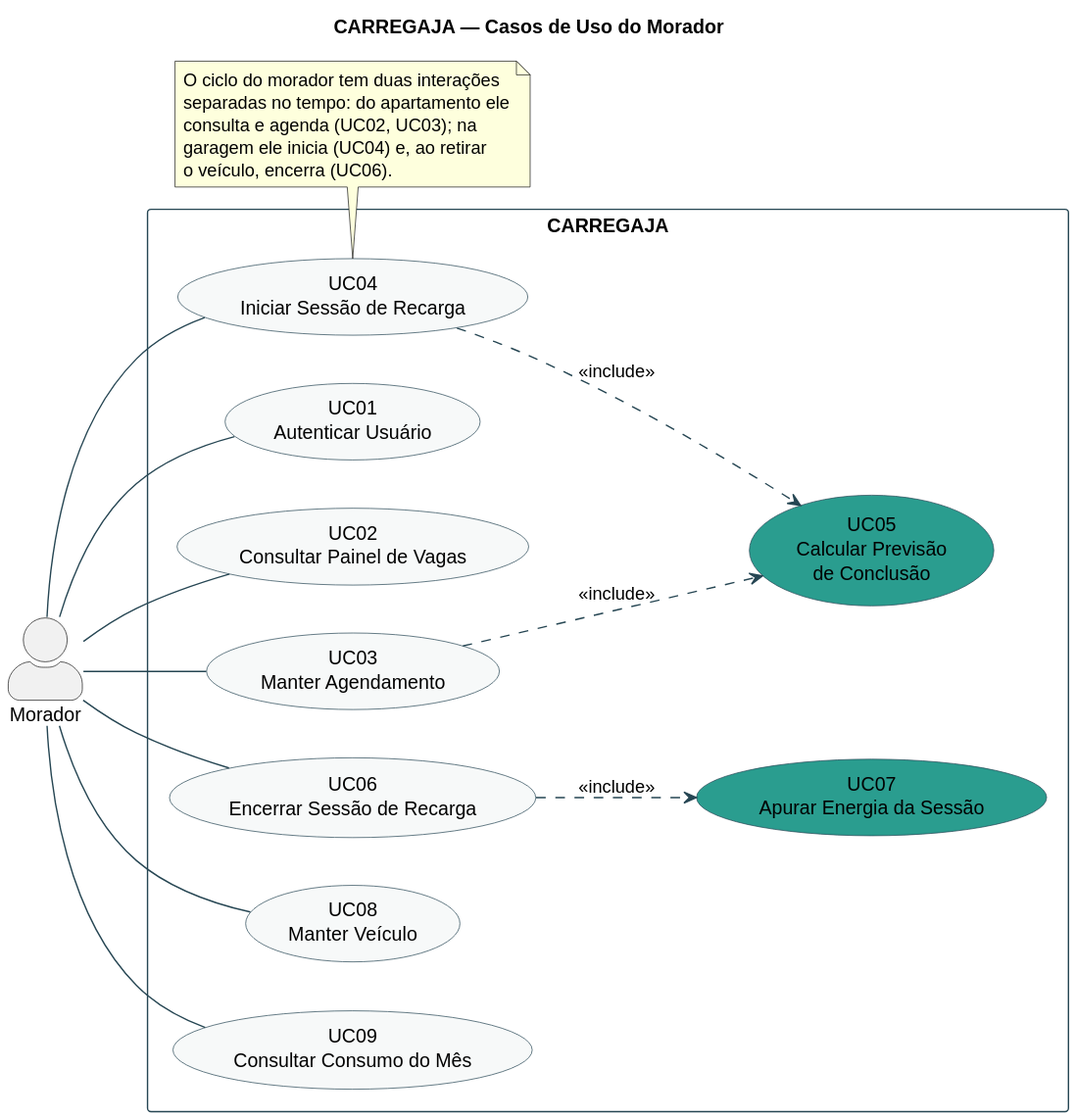
AndreMoreira00/CarregaJA keeps this PlantUML diagram as 2.Analise e Design/CARREGAJA-CasoDeUso-Morador.svg. Above is the earlier version. The source it was exported from:
```plantuml
@startuml
title CARREGAJA — Casos de Uso do Morador

left to right direction
skinparam packageStyle rectangle
skinparam shadowing false
skinparam ArrowColor #264653
skinparam actorStyle awesome
skinparam usecase {
  BackgroundColor #F7F9F9
  BorderColor #264653
}
skinparam rectangle {
  BorderColor #264653
}

actor "Morador" as MOR

rectangle "CARREGAJA" {
  usecase "UC01\nAutenticar Usuário" as UC01
  usecase "UC02\nConsultar Painel de Vagas" as UC02
  usecase "UC03\nManter Agendamento" as UC03
  usecase "UC04\nIniciar Sessão de Recarga" as UC04
  usecase "UC05\nCalcular Previsão\nde Conclusão" as UC05 #2A9D8F
  usecase "UC06\nEncerrar Sessão de Recarga" as UC06
  usecase "UC07\nApurar Energia da Sessão" as UC07 #2A9D8F
  usecase "UC08\nManter Veículo" as UC08
  usecase "UC09\nConsultar Consumo do Mês" as UC09
}

MOR -- UC01
MOR -- UC02
MOR -- UC03
MOR -- UC04
MOR -- UC06
MOR -- UC08
MOR -- UC09

UC03 ..> UC05 : <<include>>
UC04 ..> UC05 : <<include>>
UC06 ..> UC07 : <<include>>

note bottom of UC04
  O ciclo do morador tem duas interações
  separadas no tempo: do apartamento ele
  consulta e agenda (UC02, UC03); na
  garagem ele inicia (UC04) e, ao retirar
  o veículo, encerra (UC06).
end note
@enduml
```
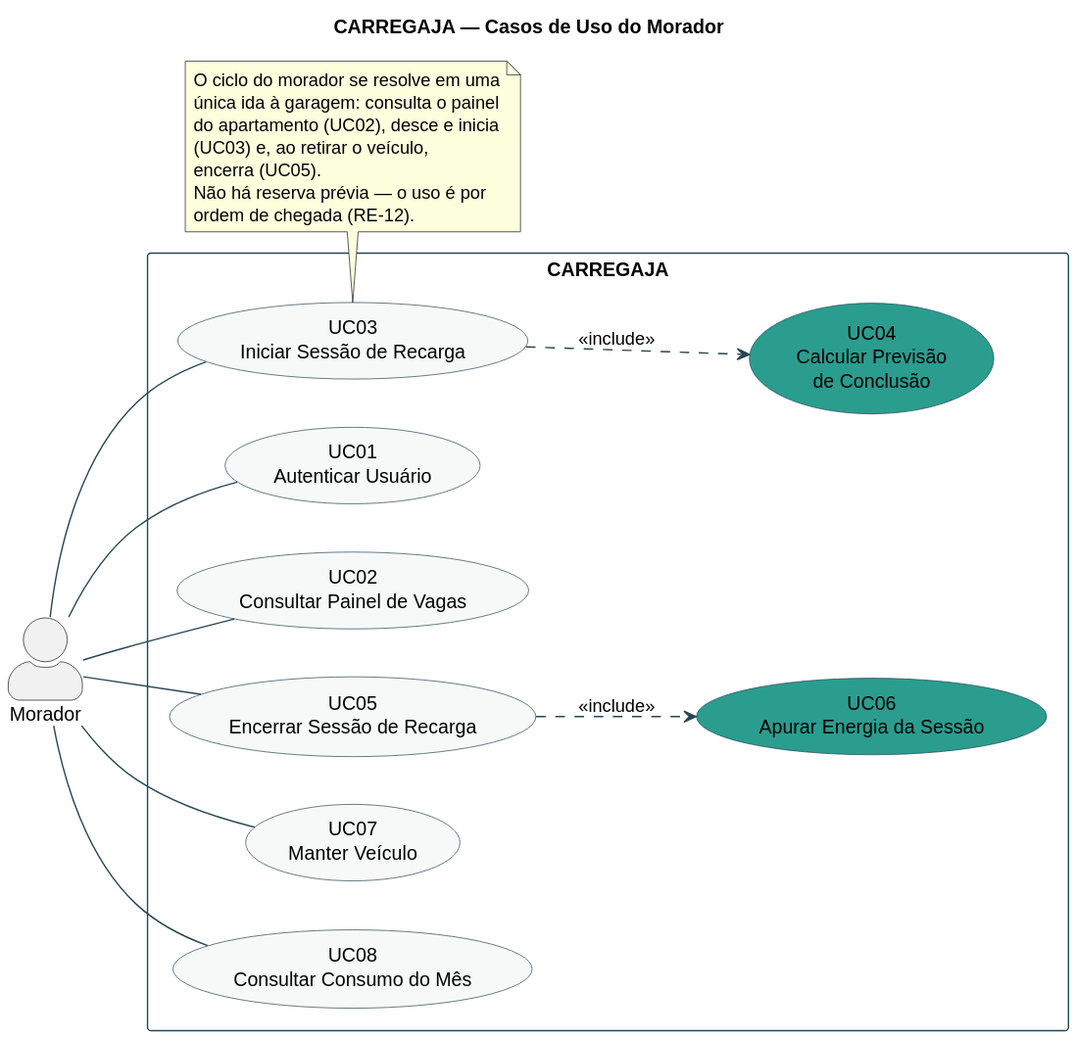
The same diagram one commit later.

Diff of the diagram source:
```diff
@@ -19,32 +19,31 @@
 rectangle "CARREGAJA" {
   usecase "UC01\nAutenticar Usuário" as UC01
   usecase "UC02\nConsultar Painel de Vagas" as UC02
-  usecase "UC03\nManter Agendamento" as UC03
-  usecase "UC04\nIniciar Sessão de Recarga" as UC04
-  usecase "UC05\nCalcular Previsão\nde Conclusão" as UC05 #2A9D8F
-  usecase "UC06\nEncerrar Sessão de Recarga" as UC06
-  usecase "UC07\nApurar Energia da Sessão" as UC07 #2A9D8F
-  usecase "UC08\nManter Veículo" as UC08
-  usecase "UC09\nConsultar Consumo do Mês" as UC09
+  usecase "UC03\nIniciar Sessão de Recarga" as UC03
+  usecase "UC04\nCalcular Previsão\nde Conclusão" as UC04 #2A9D8F
+  usecase "UC05\nEncerrar Sessão de Recarga" as UC05
+  usecase "UC06\nApurar Energia da Sessão" as UC06 #2A9D8F
+  usecase "UC07\nManter Veículo" as UC07
+  usecase "UC08\nConsultar Consumo do Mês" as UC08
 }
 
 MOR -- UC01
 MOR -- UC02
 MOR -- UC03
-MOR -- UC04
-MOR -- UC06
+MOR -- UC05
+MOR -- UC07
 MOR -- UC08
-MOR -- UC09
 
-UC03 ..> UC05 : <<include>>
-UC04 ..> UC05 : <<include>>
-UC06 ..> UC07 : <<include>>
+UC03 ..> UC04 : <<include>>
+UC05 ..> UC06 : <<include>>
 
-note bottom of UC04
-  O ciclo do morador tem duas interações
-  separadas no tempo: do apartamento ele
-  consulta e agenda (UC02, UC03); na
-  garagem ele inicia (UC04) e, ao retirar
-  o veículo, encerra (UC06).
+note bottom of UC03
+  O ciclo do morador se resolve em uma
+  única ida à garagem: consulta o painel
+  do apartamento (UC02), desce e inicia
+  (UC03) e, ao retirar o veículo,
+  encerra (UC05).
+  Não há reserva prévia — o uso é por
+  ordem de chegada (RE-12).
 end note
 @enduml
```
